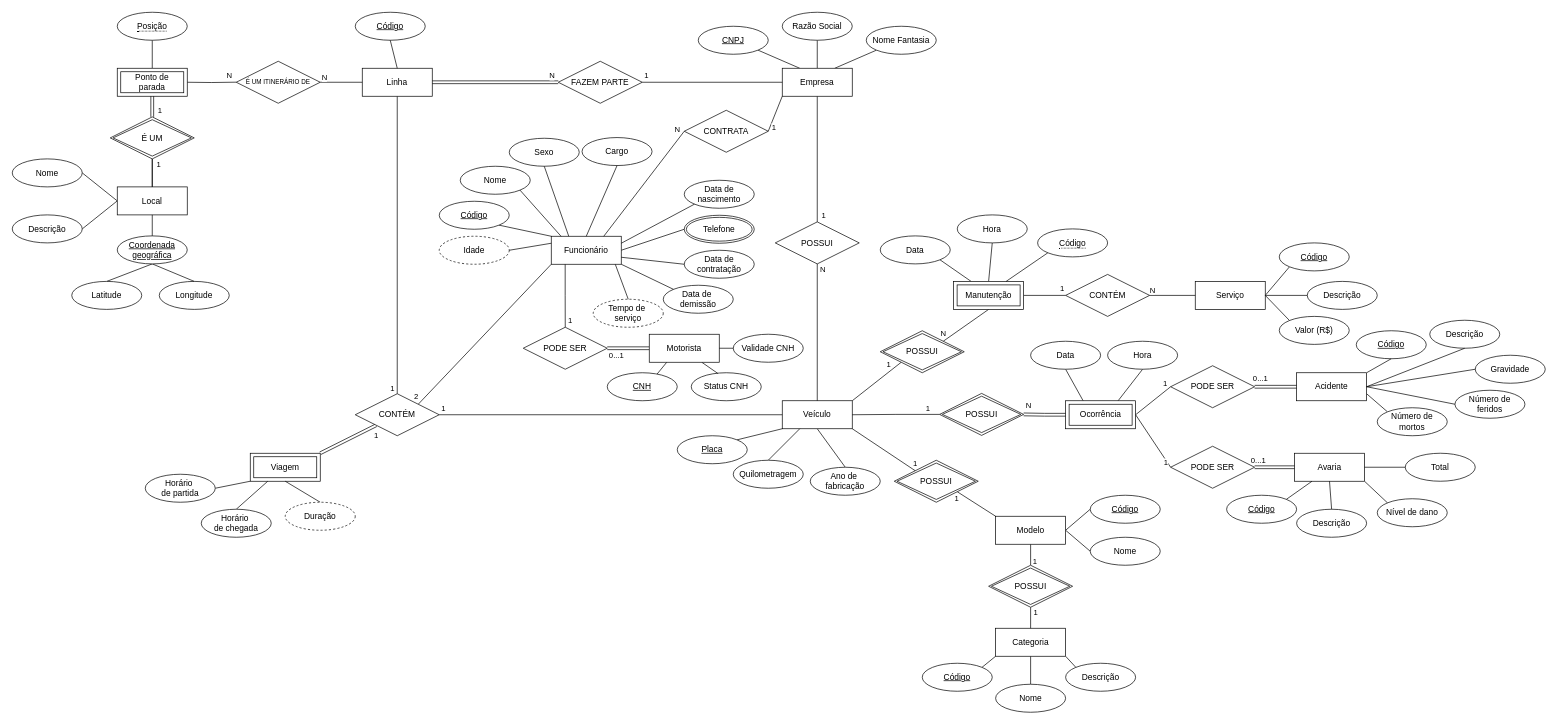
The draw.io diagram drawio/conceptual_model.drawio in gscolombo/Projeto---BD, before the edit. Source tidied: cells renumbered, new cells numbered last; positions are measured from the earlier drawing's top-left corner, leaving out a move shared by most shapes. Both pictures are drawn from the tidied source at 70%, with x=0, y=0 at pixel (12, 12).
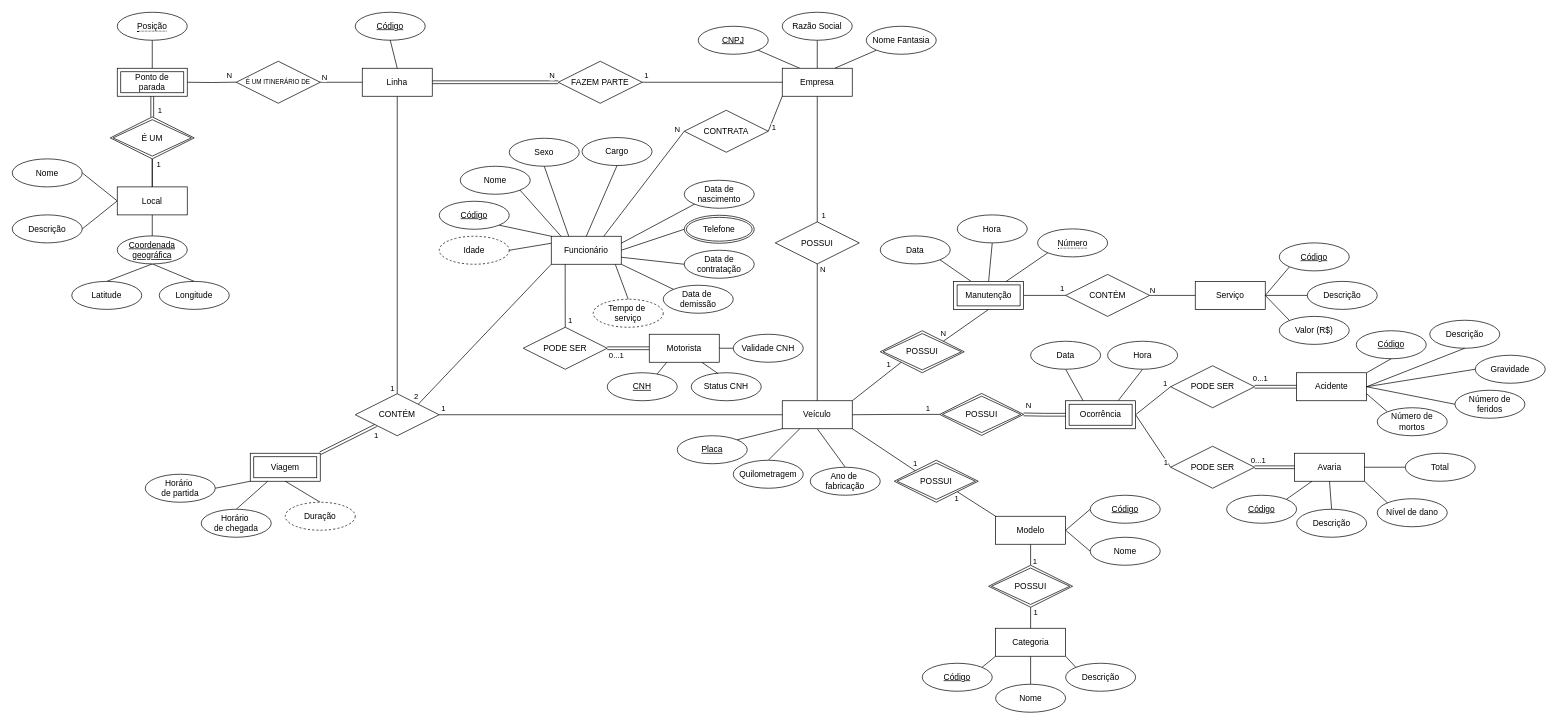
Above is the later version.

Commit message:
Renomeação de chave parcial de manutenção

What changed in the source:
```diff
@@
-    <mxCell id="194" value="&lt;span style=&quot;border-bottom: 1px dotted;&quot;&gt;Código&lt;/span&gt;" style="ellipse;whiteSpace=wrap;html=1;align=center;" parent="1" vertex="1">
+    <mxCell id="194" value="&lt;span style=&quot;border-bottom: 1px dotted;&quot;&gt;Número&lt;/span&gt;" style="ellipse;whiteSpace=wrap;html=1;align=center;" parent="1" vertex="1">
       <mxGeometry x="1464.8" y="309.5" width="100" height="40" as="geometry" />
     </mxCell>
```
